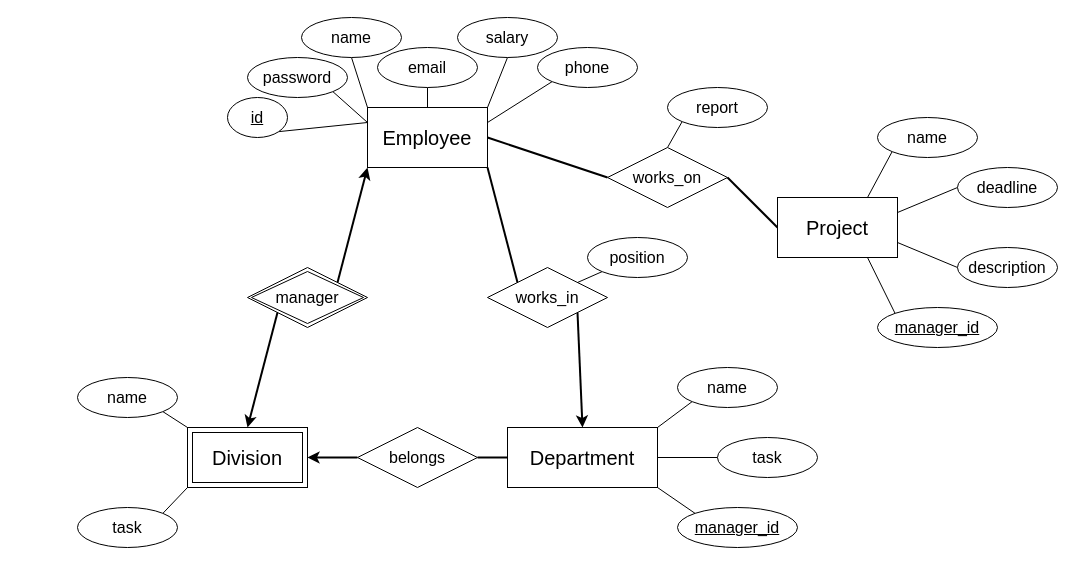
Before: E-K.drawio in b-balog/Vallalat, a draw.io diagram. Source tidied: cells renumbered, new cells numbered last; positions are measured from the earlier drawing's top-left corner, leaving out a move shared by most shapes. Both pictures are drawn from the tidied source at 100%, with x=0, y=0 at pixel (77, 17).
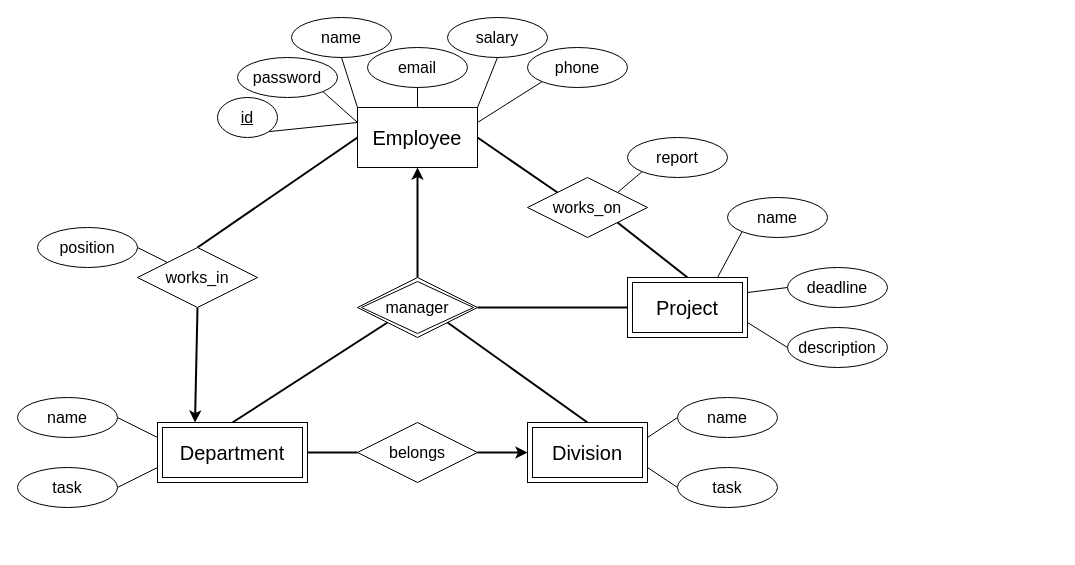
The same page after the edit.

Diff of the diagram source:
```diff
@@
-    <mxCell id="3" style="rounded=0;jettySize=auto;html=1;exitX=1;exitY=0.5;exitDx=0;exitDy=0;entryX=0;entryY=0.5;entryDx=0;entryDy=0;strokeWidth=2;endArrow=none;endFill=0;" parent="1" edge="1" source="4" target="41">
+    <mxCell id="3" style="rounded=0;jettySize=auto;html=1;exitX=1;exitY=0.5;exitDx=0;exitDy=0;entryX=0;entryY=0;entryDx=0;entryDy=0;strokeWidth=2;endArrow=none;endFill=0;" parent="1" edge="1" source="4" target="41">
       <mxGeometry relative="1" as="geometry" />
     </mxCell>
     <mxCell id="4" value="&lt;font style=&quot;font-size: 20px;&quot;&gt;Employee&lt;/font&gt;" style="rounded=0;whiteSpace=wrap;html=1;" parent="1" vertex="1">
-      <mxGeometry x="290" y="90" width="120" height="60" as="geometry" />
+      <mxGeometry x="280" y="90" width="120" height="60" as="geometry" />
     </mxCell>
-    <mxCell id="5" style="rounded=0;jettySize=auto;html=1;exitX=0.5;exitY=0;exitDx=0;exitDy=0;entryX=0;entryY=1;entryDx=0;entryDy=0;endArrow=none;endFill=0;strokeWidth=2;startArrow=classic;startFill=1;" parent="1" edge="1" source="37" target="38">
+    <mxCell id="5" style="rounded=0;jettySize=auto;html=1;exitX=0.5;exitY=0;exitDx=0;exitDy=0;entryX=1;entryY=1;entryDx=0;entryDy=0;endArrow=none;endFill=0;strokeWidth=2;startArrow=none;startFill=0;" parent="1" edge="1" source="37" target="38">
       <mxGeometry relative="1" as="geometry" />
     </mxCell>
-    <mxCell id="6" style="rounded=0;jettySize=auto;html=1;exitX=1;exitY=0.5;exitDx=0;exitDy=0;entryX=0;entryY=0.5;entryDx=0;entryDy=0;endArrow=none;endFill=0;" parent="1" edge="1" source="9" target="30">
+    <mxCell id="6" style="rounded=0;jettySize=auto;html=1;exitX=0;exitY=0.25;exitDx=0;exitDy=0;entryX=1;entryY=0.5;entryDx=0;entryDy=0;endArrow=none;endFill=0;" parent="1" edge="1" source="9" target="30">
       <mxGeometry relative="1" as="geometry" />
     </mxCell>
-    <mxCell id="7" style="rounded=0;jettySize=auto;html=1;exitX=1;exitY=0;exitDx=0;exitDy=0;entryX=0;entryY=1;entryDx=0;entryDy=0;endArrow=none;endFill=0;" parent="1" edge="1" source="9" target="29">
+    <mxCell id="7" style="rounded=0;jettySize=auto;html=1;exitX=0;exitY=0.75;exitDx=0;exitDy=0;entryX=1;entryY=0.5;entryDx=0;entryDy=0;endArrow=none;endFill=0;" parent="1" edge="1" source="9" target="29">
       <mxGeometry relative="1" as="geometry" />
     </mxCell>
-    <mxCell id="8" style="rounded=0;jettySize=auto;html=1;exitX=1;exitY=1;exitDx=0;exitDy=0;entryX=0;entryY=0;entryDx=0;entryDy=0;endArrow=none;endFill=0;" parent="1" edge="1" source="9" target="31">
-      <mxGeometry relative="1" as="geometry" />
-    </mxCell>
-    <mxCell id="9" value="&lt;font style=&quot;font-size: 20px;&quot;&gt;Department&lt;/font&gt;" style="rounded=0;whiteSpace=wrap;html=1;" parent="1" vertex="1">
-      <mxGeometry x="430" y="410" width="150" height="60" as="geometry" />
+    <mxCell id="9" value="&lt;font style=&quot;font-size: 20px;&quot;&gt;Department&lt;/font&gt;" style="shape=ext;margin=3;double=1;whiteSpace=wrap;html=1;align=center;" parent="1" vertex="1">
+      <mxGeometry x="80" y="405" width="150" height="60" as="geometry" />
     </mxCell>
-    <mxCell id="10" style="rounded=0;jettySize=auto;html=1;exitX=1;exitY=0;exitDx=0;exitDy=0;entryX=0;entryY=1;entryDx=0;entryDy=0;endArrow=classic;endFill=1;strokeWidth=2;" parent="1" edge="1" source="38" target="4">
+    <mxCell id="10" style="rounded=0;jettySize=auto;html=1;exitX=0.5;exitY=0;exitDx=0;exitDy=0;entryX=0.5;entryY=1;entryDx=0;entryDy=0;endArrow=classic;endFill=1;strokeWidth=2;" parent="1" edge="1" source="38" target="4">
       <mxGeometry relative="1" as="geometry" />
     </mxCell>
-    <mxCell id="11" style="rounded=0;jettySize=auto;html=1;exitX=0;exitY=0;exitDx=0;exitDy=0;entryX=1;entryY=1;entryDx=0;entryDy=0;endArrow=none;endFill=0;strokeWidth=2;" parent="1" edge="1" source="14" target="4">
+    <mxCell id="11" style="rounded=0;jettySize=auto;html=1;exitX=0.5;exitY=0;exitDx=0;exitDy=0;entryX=0;entryY=0.5;entryDx=0;entryDy=0;endArrow=none;endFill=0;strokeWidth=2;" parent="1" edge="1" source="14" target="4">
       <mxGeometry relative="1" as="geometry" />
     </mxCell>
-    <mxCell id="12" style="rounded=0;jettySize=auto;html=1;exitX=1;exitY=1;exitDx=0;exitDy=0;entryX=0.5;entryY=0;entryDx=0;entryDy=0;endArrow=classic;endFill=1;strokeWidth=2;" parent="1" edge="1" source="14" target="9">
+    <mxCell id="12" style="rounded=0;jettySize=auto;html=1;exitX=0.5;exitY=1;exitDx=0;exitDy=0;entryX=0.25;entryY=0;entryDx=0;entryDy=0;endArrow=classic;endFill=1;strokeWidth=2;" parent="1" edge="1" source="14" target="9">
       <mxGeometry relative="1" as="geometry" />
     </mxCell>
-    <mxCell id="13" style="rounded=0;jettySize=auto;html=1;exitX=1;exitY=0;exitDx=0;exitDy=0;entryX=0;entryY=1;entryDx=0;entryDy=0;endArrow=none;endFill=0;" parent="1" edge="1" source="14" target="28">
+    <mxCell id="13" style="rounded=0;jettySize=auto;html=1;exitX=0;exitY=0;exitDx=0;exitDy=0;entryX=1;entryY=0.5;entryDx=0;entryDy=0;endArrow=none;endFill=0;" parent="1" edge="1" source="14" target="28">
       <mxGeometry relative="1" as="geometry" />
     </mxCell>
     <mxCell id="14" value="&lt;font style=&quot;font-size: 16px;&quot;&gt;works_in&lt;/font&gt;" style="rhombus;whiteSpace=wrap;html=1;" parent="1" vertex="1">
-      <mxGeometry x="410" y="250" width="120" height="60" as="geometry" />
+      <mxGeometry x="60" y="230" width="120" height="60" as="geometry" />
     </mxCell>
-    <mxCell id="15" style="rounded=0;jettySize=auto;html=1;exitX=1;exitY=0.5;exitDx=0;exitDy=0;entryX=0;entryY=0.5;entryDx=0;entryDy=0;strokeWidth=2;endArrow=none;endFill=0;" parent="1" edge="1" source="16" target="9">
+    <mxCell id="15" style="rounded=0;jettySize=auto;html=1;exitX=0;exitY=0.5;exitDx=0;exitDy=0;entryX=1;entryY=0.5;entryDx=0;entryDy=0;strokeWidth=2;endArrow=none;endFill=0;" parent="1" edge="1" source="16" target="9">
       <mxGeometry relative="1" as="geometry" />
     </mxCell>
     <mxCell id="16" value="&lt;font style=&quot;font-size: 16px;&quot;&gt;b&lt;/font&gt;&lt;span style=&quot;font-size: 16px; background-color: initial;&quot;&gt;elongs&lt;/span&gt;" style="rhombus;whiteSpace=wrap;html=1;" parent="1" vertex="1">
-      <mxGeometry x="280" y="410" width="120" height="60" as="geometry" />
+      <mxGeometry x="280" y="405" width="120" height="60" as="geometry" />
     </mxCell>
@@
     <mxCell id="19" value="&lt;span style=&quot;font-size: 16px;&quot;&gt;password&lt;/span&gt;" style="ellipse;whiteSpace=wrap;html=1;align=center;" parent="1" vertex="1">
-      <mxGeometry x="170" y="40" width="100" height="40" as="geometry" />
+      <mxGeometry x="160" y="40" width="100" height="40" as="geometry" />
     </mxCell>
     <mxCell id="20" value="&lt;font style=&quot;font-size: 16px;&quot;&gt;id&lt;/font&gt;" style="ellipse;whiteSpace=wrap;html=1;align=center;fontStyle=4;" parent="1" vertex="1">
-      <mxGeometry x="150" y="80" width="60" height="40" as="geometry" />
+      <mxGeometry x="140" y="80" width="60" height="40" as="geometry" />
     </mxCell>
@@
     <mxCell id="22" value="&lt;span style=&quot;font-size: 16px;&quot;&gt;name&lt;/span&gt;" style="ellipse;whiteSpace=wrap;html=1;align=center;" parent="1" vertex="1">
-      <mxGeometry x="224" width="100" height="40" as="geometry" />
+      <mxGeometry x="214" width="100" height="40" as="geometry" />
     </mxCell>
@@
     <mxCell id="24" value="&lt;span style=&quot;font-size: 16px;&quot;&gt;email&lt;/span&gt;" style="ellipse;whiteSpace=wrap;html=1;align=center;" parent="1" vertex="1">
-      <mxGeometry x="300" y="30" width="100" height="40" as="geometry" />
+      <mxGeometry x="290" y="30" width="100" height="40" as="geometry" />
     </mxCell>
@@
     <mxCell id="26" value="&lt;font style=&quot;font-size: 16px;&quot;&gt;salary&lt;/font&gt;" style="ellipse;whiteSpace=wrap;html=1;align=center;" parent="1" vertex="1">
-      <mxGeometry x="380" width="100" height="40" as="geometry" />
+      <mxGeometry x="370" width="100" height="40" as="geometry" />
     </mxCell>
     <mxCell id="27" value="&lt;span style=&quot;font-size: 16px;&quot;&gt;phone&lt;/span&gt;" style="ellipse;whiteSpace=wrap;html=1;align=center;" parent="1" vertex="1">
-      <mxGeometry x="460" y="30" width="100" height="40" as="geometry" />
+      <mxGeometry x="450" y="30" width="100" height="40" as="geometry" />
     </mxCell>
     <mxCell id="28" value="&lt;span style=&quot;font-size: 16px;&quot;&gt;position&lt;/span&gt;" style="ellipse;whiteSpace=wrap;html=1;align=center;" parent="1" vertex="1">
-      <mxGeometry x="510" y="220" width="100" height="40" as="geometry" />
+      <mxGeometry x="-40" y="210" width="100" height="40" as="geometry" />
     </mxCell>
-    <mxCell id="29" value="&lt;span style=&quot;font-size: 16px;&quot;&gt;name&lt;/span&gt;" style="ellipse;whiteSpace=wrap;html=1;align=center;" parent="1" vertex="1">
-      <mxGeometry x="600" y="350" width="100" height="40" as="geometry" />
+    <mxCell id="29" value="&lt;span style=&quot;font-size: 16px;&quot;&gt;task&lt;/span&gt;" style="ellipse;whiteSpace=wrap;html=1;align=center;" parent="1" vertex="1">
+      <mxGeometry x="-60" y="450" width="100" height="40" as="geometry" />
     </mxCell>
-    <mxCell id="30" value="&lt;span style=&quot;font-size: 16px;&quot;&gt;task&lt;/span&gt;" style="ellipse;whiteSpace=wrap;html=1;align=center;" parent="1" vertex="1">
-      <mxGeometry x="640" y="420" width="100" height="40" as="geometry" />
+    <mxCell id="30" value="&lt;span style=&quot;font-size: 16px;&quot;&gt;name&lt;/span&gt;" style="ellipse;whiteSpace=wrap;html=1;align=center;" parent="1" vertex="1">
+      <mxGeometry x="-60" y="380" width="100" height="40" as="geometry" />
     </mxCell>
-    <mxCell id="31" value="&lt;font style=&quot;font-size: 16px;&quot;&gt;manager_id&lt;/font&gt;" style="ellipse;whiteSpace=wrap;html=1;align=center;fontStyle=4;" parent="1" vertex="1">
-      <mxGeometry x="600" y="490" width="120" height="40" as="geometry" />
-    </mxCell>
-    <mxCell id="32" style="rounded=0;jettySize=auto;html=1;exitX=1;exitY=1;exitDx=0;exitDy=0;entryX=0;entryY=0;entryDx=0;entryDy=0;endArrow=none;endFill=0;" parent="1" edge="1" source="33" target="37">
+    <mxCell id="32" style="rounded=0;jettySize=auto;html=1;exitX=0;exitY=0.5;exitDx=0;exitDy=0;entryX=1;entryY=0.25;entryDx=0;entryDy=0;endArrow=none;endFill=0;" parent="1" edge="1" source="33" target="37">
       <mxGeometry relative="1" as="geometry" />
     </mxCell>
     <mxCell id="33" value="&lt;span style=&quot;font-size: 16px;&quot;&gt;name&lt;/span&gt;" style="ellipse;whiteSpace=wrap;html=1;align=center;" parent="1" vertex="1">
-      <mxGeometry y="360" width="100" height="40" as="geometry" />
+      <mxGeometry x="600" y="380" width="100" height="40" as="geometry" />
     </mxCell>
-    <mxCell id="34" style="rounded=0;jettySize=auto;html=1;exitX=1;exitY=0;exitDx=0;exitDy=0;entryX=0;entryY=1;entryDx=0;entryDy=0;endArrow=none;endFill=0;" parent="1" edge="1" source="35" target="37">
+    <mxCell id="34" style="rounded=0;jettySize=auto;html=1;exitX=0;exitY=0.5;exitDx=0;exitDy=0;entryX=1;entryY=0.75;entryDx=0;entryDy=0;endArrow=none;endFill=0;" parent="1" edge="1" source="35" target="37">
       <mxGeometry relative="1" as="geometry" />
     </mxCell>
     <mxCell id="35" value="&lt;span style=&quot;font-size: 16px;&quot;&gt;task&lt;/span&gt;" style="ellipse;whiteSpace=wrap;html=1;align=center;" parent="1" vertex="1">
-      <mxGeometry y="490" width="100" height="40" as="geometry" />
+      <mxGeometry x="600" y="450" width="100" height="40" as="geometry" />
     </mxCell>
-    <mxCell id="36" style="rounded=0;jettySize=auto;html=1;exitX=0;exitY=0.5;exitDx=0;exitDy=0;strokeColor=default;strokeWidth=2;endArrow=classic;endFill=1;entryX=1;entryY=0.5;entryDx=0;entryDy=0;" parent="1" edge="1" source="16" target="37">
+    <mxCell id="36" style="rounded=0;jettySize=auto;html=1;exitX=1;exitY=0.5;exitDx=0;exitDy=0;strokeColor=default;strokeWidth=2;endArrow=classic;endFill=1;entryX=0;entryY=0.5;entryDx=0;entryDy=0;" parent="1" edge="1" source="16" target="37">
       <mxGeometry relative="1" as="geometry" />
     </mxCell>
     <mxCell id="37" value="&lt;font style=&quot;font-size: 20px;&quot;&gt;Division&lt;/font&gt;" style="shape=ext;margin=3;double=1;whiteSpace=wrap;html=1;align=center;" parent="1" vertex="1">
-      <mxGeometry x="110" y="410" width="120" height="60" as="geometry" />
+      <mxGeometry x="450" y="405" width="120" height="60" as="geometry" />
     </mxCell>
+    <mxCell id="52" style="rounded=0;jettySize=auto;html=1;exitX=0;exitY=1;exitDx=0;exitDy=0;strokeWidth=2;endArrow=none;endFill=0;entryX=0.5;entryY=0;entryDx=0;entryDy=0;" parent="1" edge="1" source="38" target="9">
+      <mxGeometry relative="1" as="geometry" />
+    </mxCell>
+    <mxCell id="53" style="rounded=0;jettySize=auto;html=1;exitX=1;exitY=0.5;exitDx=0;exitDy=0;entryX=0;entryY=0.5;entryDx=0;entryDy=0;endArrow=none;endFill=0;strokeWidth=2;" parent="1" edge="1" source="38" target="46">
+      <mxGeometry relative="1" as="geometry" />
+    </mxCell>
     <mxCell id="38" value="&lt;font style=&quot;font-size: 16px;&quot;&gt;manager&lt;/font&gt;" style="shape=rhombus;double=1;perimeter=rhombusPerimeter;whiteSpace=wrap;html=1;align=center;" parent="1" vertex="1">
-      <mxGeometry x="170" y="250" width="120" height="60" as="geometry" />
+      <mxGeometry x="280" y="260" width="120" height="60" as="geometry" />
     </mxCell>
-    <mxCell id="39" style="rounded=0;jettySize=auto;html=1;exitX=1;exitY=0.5;exitDx=0;exitDy=0;entryX=0;entryY=0.5;entryDx=0;entryDy=0;strokeWidth=2;endArrow=none;endFill=0;" parent="1" edge="1" source="41" target="46">
+    <mxCell id="39" style="rounded=0;jettySize=auto;html=1;exitX=1;exitY=1;exitDx=0;exitDy=0;entryX=0.5;entryY=0;entryDx=0;entryDy=0;strokeWidth=2;endArrow=none;endFill=0;" parent="1" edge="1" source="41" target="46">
       <mxGeometry relative="1" as="geometry" />
     </mxCell>
-    <mxCell id="40" style="rounded=0;jettySize=auto;html=1;exitX=0.5;exitY=0;exitDx=0;exitDy=0;entryX=0;entryY=1;entryDx=0;entryDy=0;endArrow=none;endFill=0;" parent="1" edge="1" source="41" target="47">
+    <mxCell id="40" style="rounded=0;jettySize=auto;html=1;exitX=1;exitY=0;exitDx=0;exitDy=0;entryX=0;entryY=1;entryDx=0;entryDy=0;endArrow=none;endFill=0;" parent="1" edge="1" source="41" target="47">
       <mxGeometry relative="1" as="geometry" />
     </mxCell>
     <mxCell id="41" value="&lt;font style=&quot;font-size: 16px;&quot;&gt;works_on&lt;/font&gt;" style="shape=rhombus;perimeter=rhombusPerimeter;whiteSpace=wrap;html=1;align=center;" parent="1" vertex="1">
-      <mxGeometry x="530" y="130" width="120" height="60" as="geometry" />
+      <mxGeometry x="450" y="160" width="120" height="60" as="geometry" />
     </mxCell>
@@
-    <mxCell id="45" style="rounded=0;jettySize=auto;html=1;exitX=0.75;exitY=1;exitDx=0;exitDy=0;endArrow=none;endFill=0;entryX=0;entryY=0;entryDx=0;entryDy=0;" parent="1" edge="1" source="46" target="51">
-      <mxGeometry relative="1" as="geometry" />
-    </mxCell>
-    <mxCell id="46" value="&lt;font style=&quot;font-size: 20px;&quot;&gt;Project&lt;/font&gt;" style="rounded=0;whiteSpace=wrap;html=1;" parent="1" vertex="1">
-      <mxGeometry x="700" y="180" width="120" height="60" as="geometry" />
+    <mxCell id="46" value="&lt;font style=&quot;font-size: 20px;&quot;&gt;Project&lt;/font&gt;" style="shape=ext;margin=3;double=1;whiteSpace=wrap;html=1;align=center;" parent="1" vertex="1">
+      <mxGeometry x="550" y="260" width="120" height="60" as="geometry" />
     </mxCell>
     <mxCell id="47" value="&lt;font style=&quot;font-size: 16px;&quot;&gt;report&lt;/font&gt;" style="ellipse;whiteSpace=wrap;html=1;align=center;" parent="1" vertex="1">
-      <mxGeometry x="590" y="70" width="100" height="40" as="geometry" />
+      <mxGeometry x="550" y="120" width="100" height="40" as="geometry" />
     </mxCell>
     <mxCell id="48" value="&lt;font style=&quot;font-size: 16px;&quot;&gt;name&lt;/font&gt;" style="ellipse;whiteSpace=wrap;html=1;align=center;" parent="1" vertex="1">
-      <mxGeometry x="800" y="100" width="100" height="40" as="geometry" />
+      <mxGeometry x="650" y="180" width="100" height="40" as="geometry" />
     </mxCell>
     <mxCell id="49" value="&lt;font style=&quot;font-size: 16px;&quot;&gt;deadline&lt;/font&gt;" style="ellipse;whiteSpace=wrap;html=1;align=center;" parent="1" vertex="1">
-      <mxGeometry x="880" y="150" width="100" height="40" as="geometry" />
+      <mxGeometry x="710" y="250" width="100" height="40" as="geometry" />
     </mxCell>
     <mxCell id="50" value="&lt;font style=&quot;font-size: 16px;&quot;&gt;description&lt;/font&gt;" style="ellipse;whiteSpace=wrap;html=1;align=center;" parent="1" vertex="1">
-      <mxGeometry x="880" y="230" width="100" height="40" as="geometry" />
+      <mxGeometry x="710" y="310" width="100" height="40" as="geometry" />
     </mxCell>
-    <mxCell id="51" value="&lt;font style=&quot;font-size: 16px;&quot;&gt;manager_id&lt;/font&gt;" style="ellipse;whiteSpace=wrap;html=1;align=center;fontStyle=4;" parent="1" vertex="1">
-      <mxGeometry x="800" y="290" width="120" height="40" as="geometry" />
-    </mxCell>
```
